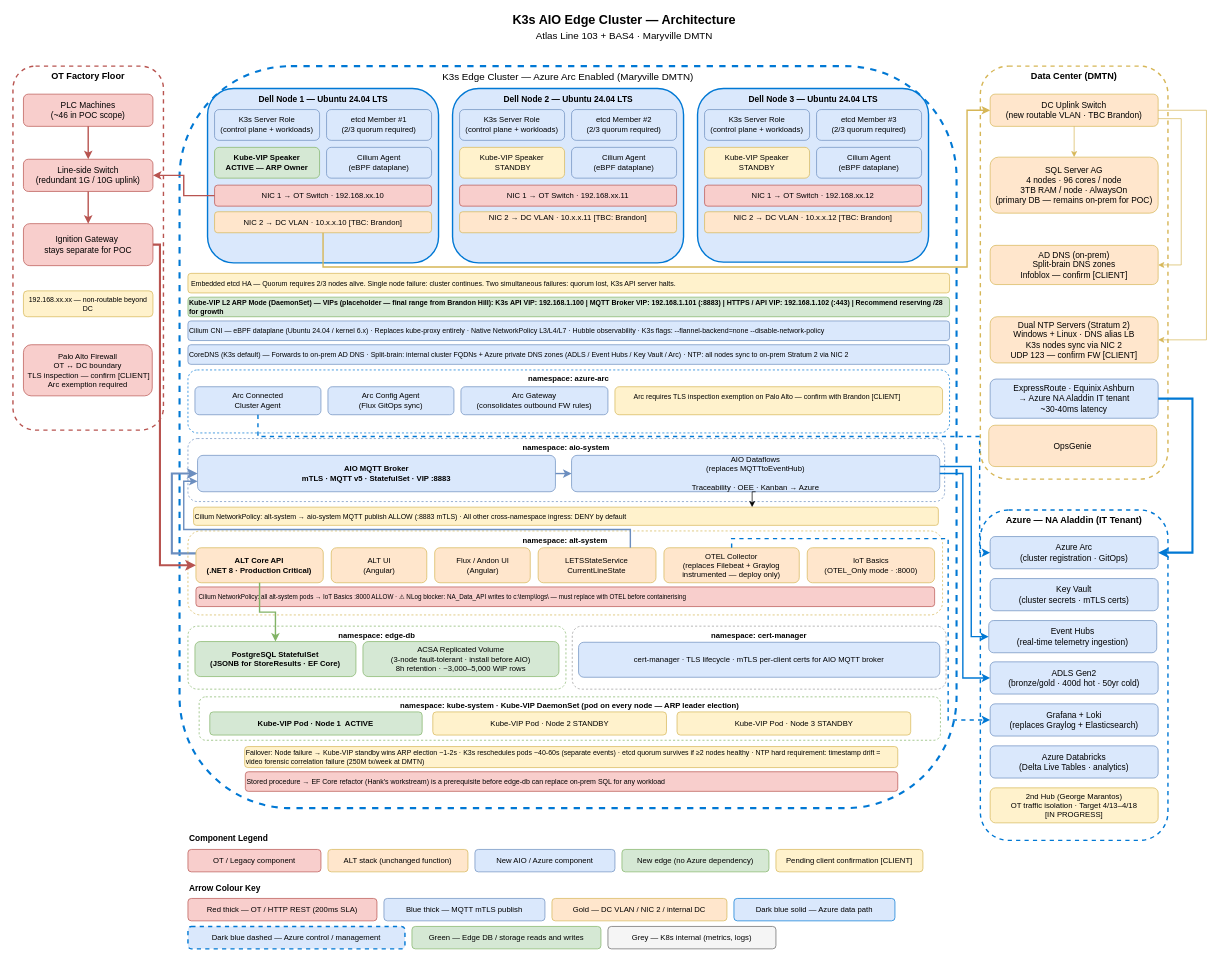
Before: page "Architecture" (1 of 6) of aio/AIO.drawio in avinashr-insight/manufacturing-iot, a draw.io diagram. Source tidied: cells renumbered, new cells numbered last; positions are measured from the earlier drawing's top-left corner, leaving out a move shared by most shapes. Both pictures are drawn from the tidied source at 70%, with x=0, y=0 at pixel (13, 12).
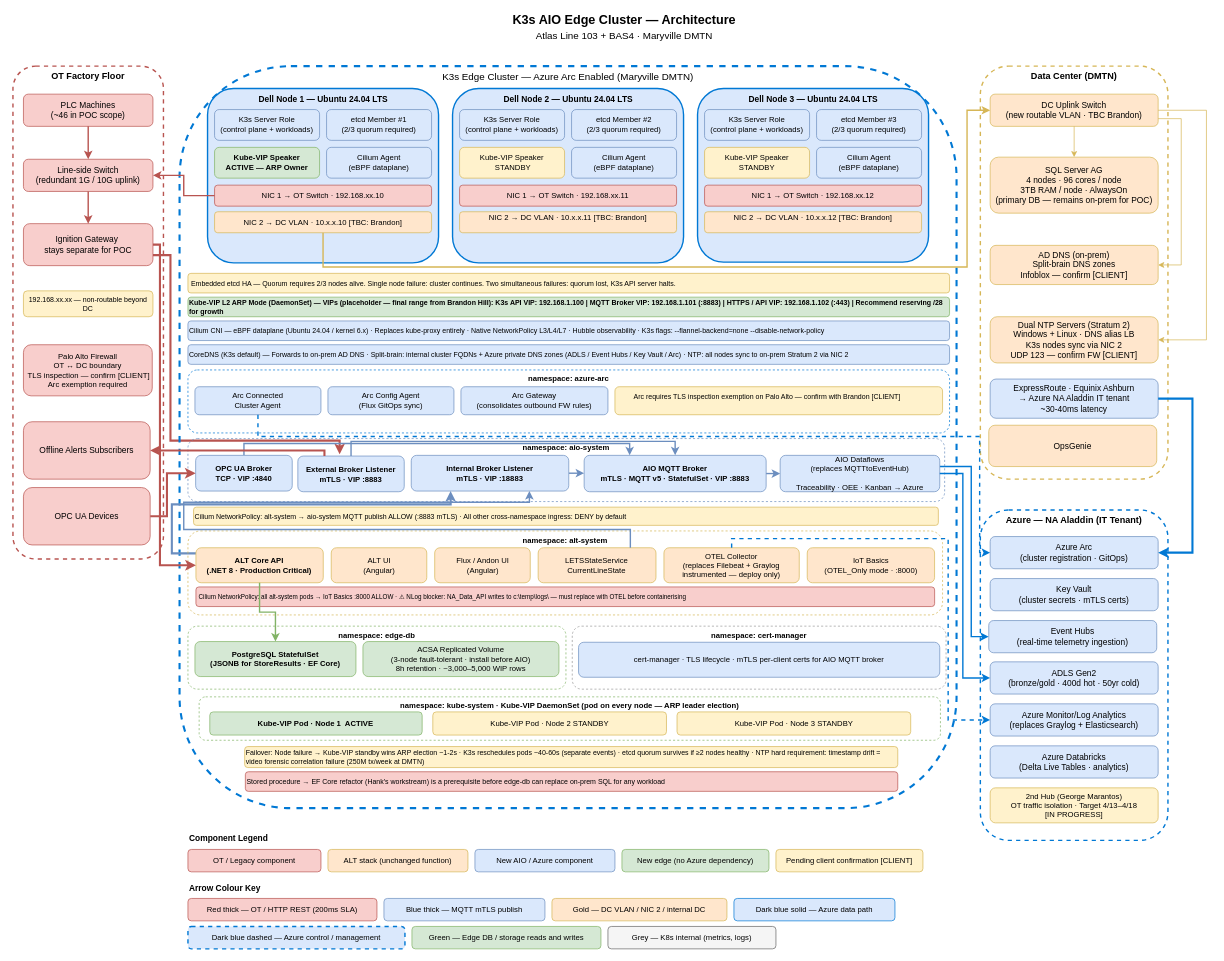
After the change.

Commit message (it also covers changes not shown here):
Azure monitor/log analytics and some more arrow cleanups

The change refers to these unchanged cells:
```xml
<mxCell id="6" value="Ignition Gateway&amp;nbsp;&lt;div&gt;stays separate for POC&lt;/div&gt;" style="rounded=1;whiteSpace=wrap;html=1;fillColor=#f8cecc;strokeColor=#b85450;fontSize=12;" parent="1" vertex="1">
  <mxGeometry x="15" y="302" width="185" height="60" as="geometry" />
</mxCell>
<mxCell id="43" value="Cilium NetworkPolicy: alt-system → aio-system MQTT publish ALLOW (:8883 mTLS) · All other cross-namespace ingress: DENY by default" style="rounded=1;whiteSpace=wrap;html=1;fillColor=#fff2cc;strokeColor=#d6b656;fontSize=10;align=left;" parent="1" vertex="1">
  <mxGeometry x="258" y="707" width="1064" height="26" as="geometry" />
</mxCell>
<mxCell id="89" style="group;" parent="1" vertex="1">
  <mxGeometry x="250" y="609" width="1081" height="90" as="geometry" />
</mxCell>
<mxCell id="104" value="ALT Core API&#10;(.NET 8 · Production Critical)" style="rounded=1;whiteSpace=wrap;html=1;fillColor=#ffe6cc;strokeColor=#d6b656;fontSize=11;fontStyle=1;" parent="102" vertex="1">
  <mxGeometry x="11.4" y="24" width="181.9" height="50" as="geometry" />
</mxCell>
<mxCell id="107" value="LETSStateService&#10;CurrentLineState" style="rounded=1;whiteSpace=wrap;html=1;fillColor=#ffe6cc;strokeColor=#d6b656;fontSize=11;" parent="102" vertex="1">
  <mxGeometry x="500.3" y="24" width="168.3" height="50" as="geometry" />
</mxCell>
```

Change to the diagram source:
```diff
@@
     <mxCell id="3" value="OT Factory Floor" style="rounded=1;whiteSpace=wrap;html=1;fillColor=none;strokeColor=#b85450;dashed=1;fontSize=13;fontStyle=1;verticalAlign=top;strokeWidth=2;" parent="1" vertex="1">
-      <mxGeometry y="77" width="215" height="520" as="geometry" />
+      <mxGeometry y="77" width="215" height="704" as="geometry" />
     </mxCell>
@@
+    <mxCell id="115" style="edgeStyle=orthogonalEdgeStyle;rounded=0;jettySize=auto;html=1;exitX=1;exitY=0.75;exitDx=0;exitDy=0;strokeColor=#b85450;strokeWidth=3;align=center;verticalAlign=middle;fontFamily=Helvetica;fontSize=11;fontColor=default;labelBackgroundColor=default;endArrow=classic;entryX=0.393;entryY=-0.05;entryDx=0;entryDy=0;entryPerimeter=0;" parent="1" edge="1" source="6" target="118">
+      <mxGeometry relative="1" as="geometry">
+        <Array as="points">
+          <mxPoint x="225" y="347" />
+          <mxPoint x="225" y="612" />
+          <mxPoint x="467" y="612" />
+          <mxPoint x="467" y="632" />
+        </Array>
+      </mxGeometry>
+    </mxCell>
@@
-    <mxCell id="62" value="Grafana + Loki&lt;br&gt;(replaces Graylog + Elasticsearch)" style="rounded=1;whiteSpace=wrap;html=1;fillColor=#dae8fc;strokeColor=#6c8ebf;fontSize=12;" parent="1" vertex="1">
+    <mxCell id="62" value="Azure Monitor/Log Analytics&lt;br&gt;(replaces Graylog + Elasticsearch)" style="rounded=1;whiteSpace=wrap;html=1;fillColor=#dae8fc;strokeColor=#6c8ebf;fontSize=12;" parent="1" vertex="1">
       <mxGeometry x="1396" y="988" width="240" height="46" as="geometry" />
     </mxCell>
@@
-    <mxCell id="69" style="edgeStyle=orthogonalEdgeStyle;rounded=0;html=1;strokeColor=#6c8ebf;strokeWidth=3;" parent="1" edge="1" source="104" target="91">
+    <mxCell id="69" style="edgeStyle=orthogonalEdgeStyle;rounded=0;html=1;strokeColor=#6c8ebf;strokeWidth=3;entryX=0.25;entryY=1;entryDx=0;entryDy=0;" parent="1" edge="1" source="104" target="117">
       <mxGeometry relative="1" as="geometry">
         <Array as="points">
           <mxPoint x="227" y="773" />
-          <mxPoint x="227" y="659" />
+          <mxPoint x="227" y="703" />
+          <mxPoint x="625" y="703" />
         </Array>
       </mxGeometry>
     </mxCell>
@@
     <mxCell id="91" value="AIO MQTT Broker&#10;mTLS · MQTT v5 · StatefulSet · VIP :8883" style="rounded=1;whiteSpace=wrap;html=1;fillColor=#dae8fc;strokeColor=#6c8ebf;fontSize=11;fontStyle=1;" parent="89" vertex="1">
-      <mxGeometry x="13.7" y="24" width="511.3" height="52" as="geometry" />
+      <mxGeometry x="566" y="24" width="260" height="52" as="geometry" />
     </mxCell>
     <mxCell id="92" value="AIO Dataflows&lt;br&gt;(replaces MQTTtoEventHub)&lt;div&gt;&lt;br&gt;Traceability · OEE · Kanban → Azure&lt;/div&gt;" style="rounded=1;whiteSpace=wrap;html=1;fillColor=#dae8fc;strokeColor=#6c8ebf;fontSize=11;" parent="89" vertex="1">
-      <mxGeometry x="548" y="24" width="526" height="52" as="geometry" />
+      <mxGeometry x="846" y="24" width="228" height="52" as="geometry" />
     </mxCell>
@@
-    <mxCell id="95" style="edgeStyle=orthogonalEdgeStyle;rounded=0;jettySize=auto;html=1;exitX=0.5;exitY=1;exitDx=0;exitDy=0;entryX=0.75;entryY=0;entryDx=0;entryDy=0;" parent="1" edge="1" source="92" target="43">
-      <mxGeometry relative="1" as="geometry" />
-    </mxCell>
+    <mxCell id="116" style="edgeStyle=orthogonalEdgeStyle;rounded=0;jettySize=auto;html=1;exitX=1;exitY=0.5;exitDx=0;exitDy=0;entryX=0;entryY=0.5;entryDx=0;entryDy=0;strokeColor=#6c8ebf;strokeWidth=2;align=center;verticalAlign=middle;fontFamily=Helvetica;fontSize=11;fontColor=default;labelBackgroundColor=default;endArrow=classic;" parent="89" edge="1" source="117" target="91">
+      <mxGeometry relative="1" as="geometry" />
+    </mxCell>
+    <mxCell id="117" value="Internal Broker Listener&lt;br&gt;mTLS · VIP :18883" style="rounded=1;whiteSpace=wrap;html=1;fillColor=#dae8fc;strokeColor=#6c8ebf;fontSize=11;fontStyle=1;" parent="89" vertex="1">
+      <mxGeometry x="319" y="24" width="225" height="51" as="geometry" />
+    </mxCell>
+    <mxCell id="118" value="External Broker Listener&lt;br&gt;mTLS · VIP :8883" style="rounded=1;whiteSpace=wrap;html=1;fillColor=#dae8fc;strokeColor=#6c8ebf;fontSize=11;fontStyle=1;" parent="89" vertex="1">
+      <mxGeometry x="157" y="25" width="152" height="51" as="geometry" />
+    </mxCell>
+    <mxCell id="119" style="edgeStyle=orthogonalEdgeStyle;rounded=0;jettySize=auto;html=1;exitX=0.5;exitY=0;exitDx=0;exitDy=0;entryX=0.5;entryY=0;entryDx=0;entryDy=0;strokeColor=#6c8ebf;strokeWidth=2;align=center;verticalAlign=middle;fontFamily=Helvetica;fontSize=11;fontColor=default;labelBackgroundColor=default;endArrow=classic;" parent="89" edge="1" source="118" target="91">
+      <mxGeometry relative="1" as="geometry" />
+    </mxCell>
+    <mxCell id="120" style="edgeStyle=orthogonalEdgeStyle;rounded=0;jettySize=auto;html=1;exitX=0.5;exitY=0;exitDx=0;exitDy=0;entryX=0.25;entryY=0;entryDx=0;entryDy=0;strokeColor=#6c8ebf;strokeWidth=2;align=center;verticalAlign=middle;fontFamily=Helvetica;fontSize=11;fontColor=default;labelBackgroundColor=default;endArrow=classic;" parent="89" edge="1" source="121" target="91">
+      <mxGeometry relative="1" as="geometry">
+        <Array as="points">
+          <mxPoint x="80" y="7" />
+          <mxPoint x="631" y="7" />
+        </Array>
+      </mxGeometry>
+    </mxCell>
+    <mxCell id="121" value="OPC UA Broker&lt;div&gt;TCP · VIP :4840&lt;/div&gt;" style="rounded=1;whiteSpace=wrap;html=1;fillColor=#dae8fc;strokeColor=#6c8ebf;fontSize=11;fontStyle=1;align=center;verticalAlign=middle;fontFamily=Helvetica;fontColor=default;" parent="89" vertex="1">
+      <mxGeometry x="11" y="24" width="138" height="51" as="geometry" />
+    </mxCell>
@@
-    <mxCell id="111" style="edgeStyle=orthogonalEdgeStyle;rounded=0;html=1;strokeColor=#6c8ebf;strokeWidth=2;" parent="1" edge="1" source="107" target="91">
+    <mxCell id="111" style="edgeStyle=orthogonalEdgeStyle;rounded=0;html=1;strokeColor=#6c8ebf;strokeWidth=2;entryX=0.75;entryY=1;entryDx=0;entryDy=0;" parent="1" edge="1" source="107" target="117">
       <mxGeometry relative="1" as="geometry">
         <Array as="points">
           <mxPoint x="882" y="739" />
           <mxPoint x="244" y="739" />
-          <mxPoint x="244" y="670" />
+          <mxPoint x="244" y="700" />
+          <mxPoint x="738" y="700" />
         </Array>
       </mxGeometry>
     </mxCell>
@@
+    <mxCell id="122" style="edgeStyle=orthogonalEdgeStyle;rounded=0;jettySize=auto;html=1;exitX=1;exitY=0.5;exitDx=0;exitDy=0;entryX=0.25;entryY=0;entryDx=0;entryDy=0;strokeColor=#b85450;strokeWidth=3;align=center;verticalAlign=middle;fontFamily=Helvetica;fontSize=11;fontColor=default;labelBackgroundColor=default;endArrow=none;startArrow=classic;startFill=1;endFill=0;" parent="1" edge="1" source="123" target="118">
+      <mxGeometry relative="1" as="geometry">
+        <Array as="points">
+          <mxPoint x="445" y="626" />
+        </Array>
+      </mxGeometry>
+    </mxCell>
+    <mxCell id="123" value="Offline Alerts Subscribers" style="rounded=1;whiteSpace=wrap;html=1;fillColor=#f8cecc;strokeColor=#b85450;fontSize=12;" parent="1" vertex="1">
+      <mxGeometry x="15" y="585" width="181" height="82" as="geometry" />
+    </mxCell>
+    <mxCell id="124" style="edgeStyle=orthogonalEdgeStyle;rounded=0;jettySize=auto;html=1;exitX=1;exitY=0.5;exitDx=0;exitDy=0;entryX=0;entryY=0.5;entryDx=0;entryDy=0;strokeColor=#b85450;strokeWidth=3;align=center;verticalAlign=middle;fontFamily=Helvetica;fontSize=11;fontColor=default;labelBackgroundColor=default;startArrow=none;startFill=0;endArrow=classic;endFill=1;" parent="1" edge="1" source="125" target="121">
+      <mxGeometry relative="1" as="geometry">
+        <Array as="points">
+          <mxPoint x="220" y="720" />
+          <mxPoint x="220" y="659" />
+        </Array>
+      </mxGeometry>
+    </mxCell>
+    <mxCell id="125" value="OPC UA Devices" style="rounded=1;whiteSpace=wrap;html=1;fillColor=#f8cecc;strokeColor=#b85450;fontSize=12;" parent="1" vertex="1">
+      <mxGeometry x="15" y="679" width="181" height="82" as="geometry" />
+    </mxCell>
```
